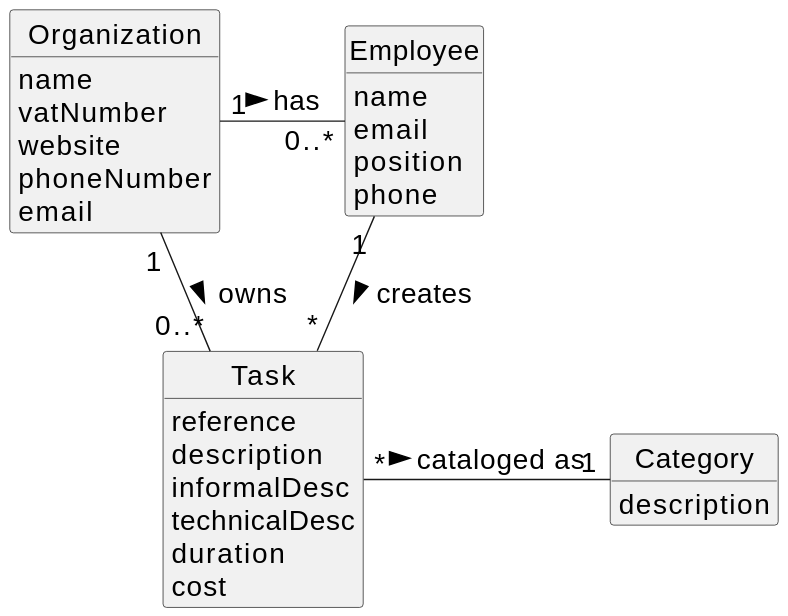
This is docs/sprintA/us003/02.analysis/svg/us003-domain-model.svg from diogoveirospro/lei-24-s2-1dg-g072, a PlantUML export, as it was before one commit.
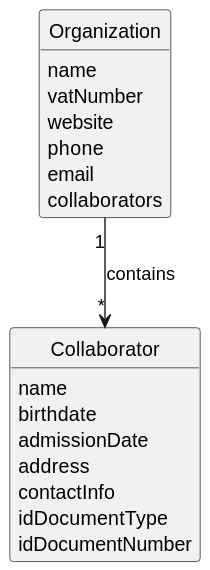
Above is the later version.

Commit message:
Correction of a problem in US03 analyse

What changed in the source:
```diff
@@ -1,5 +1,4 @@
 @startuml
-skinparamlocked defaultFontSize 20
 skinparam monochrome true
 skinparam packageStyle rectangle
 skinparam shadowing false
@@ -9,40 +8,24 @@
 
 hide circle
 hide methods
-
-
+class Collaborator {
+     name
+     birthdate
+     admissionDate
+     address
+     contactInfo
+     idDocumentType
+     idDocumentNumber
+}
 
 class Organization {
     name
     vatNumber
     website
-    phoneNumber
+    phone
     email
+    collaborators
 }
 
-class Task {
-    reference
-    description
-    informalDesc
-    technicalDesc
-    duration
-    cost
-}
-
-class Category {
-    description
-}
-
-class Employee {
-    name
-    email
-    position
-    phone
-}
-
-
-Organization "1" - "0..*" Employee : has >
-Organization "1" - "0..*" Task: owns >
-Employee "1" -- "*" Task : creates >
-Task "*" - "1" Category: cataloged as >
+Organization "1" --> "*" Collaborator : contains
 @enduml
```
